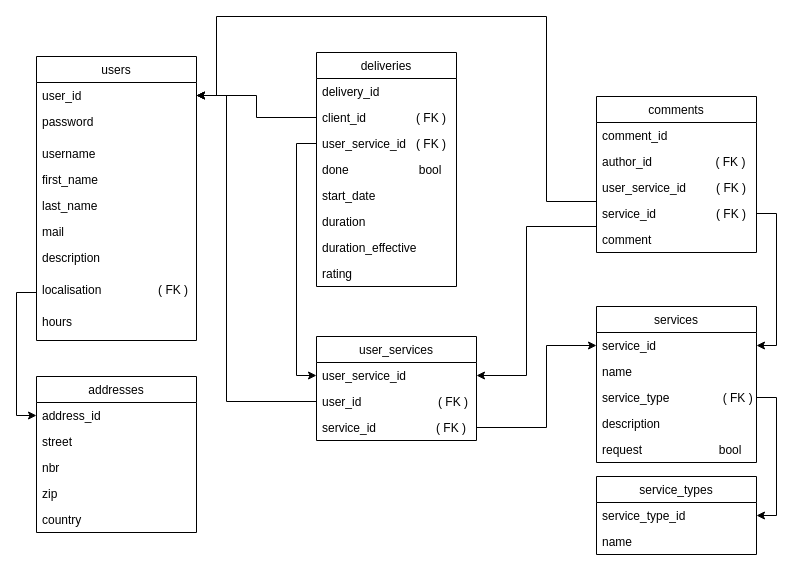
The draw.io diagram docs/schema_26-07-2022.drawio in phil-form/LaboOdoo_202207, before the edit. Source tidied: cells renumbered, new cells numbered last; positions are measured from the earlier drawing's top-left corner, leaving out a move shared by most shapes. Both pictures are drawn from the tidied source at 100%, with x=0, y=0 at pixel (36, 16).
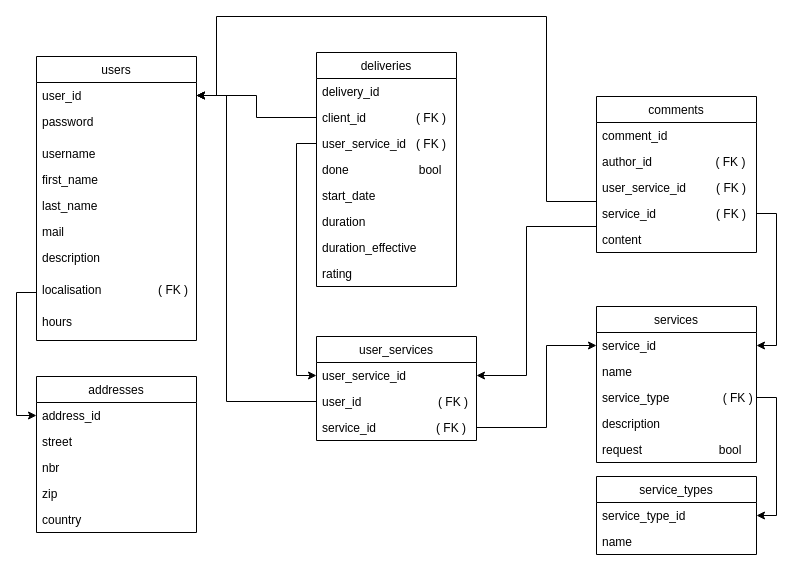
After the change.

The change refers to these unchanged cells:
```xml
<mxCell id="27" value="comments" style="swimlane;fontStyle=0;horizontal=1;startSize=26;fillColor=none;" parent="1" vertex="1">
  <mxGeometry x="560" y="80" width="160" height="156" as="geometry" />
</mxCell>
```

The edit, as a diff of the source:
```diff
@@
-    <mxCell id="32" value="comment" style="text;strokeColor=none;fillColor=none;align=left;verticalAlign=top;spacingLeft=4;spacingRight=4;overflow=hidden;" parent="27" vertex="1">
+    <mxCell id="32" value="content" style="text;strokeColor=none;fillColor=none;align=left;verticalAlign=top;spacingLeft=4;spacingRight=4;overflow=hidden;" parent="27" vertex="1">
       <mxGeometry y="130" width="160" height="26" as="geometry" />
     </mxCell>
```
